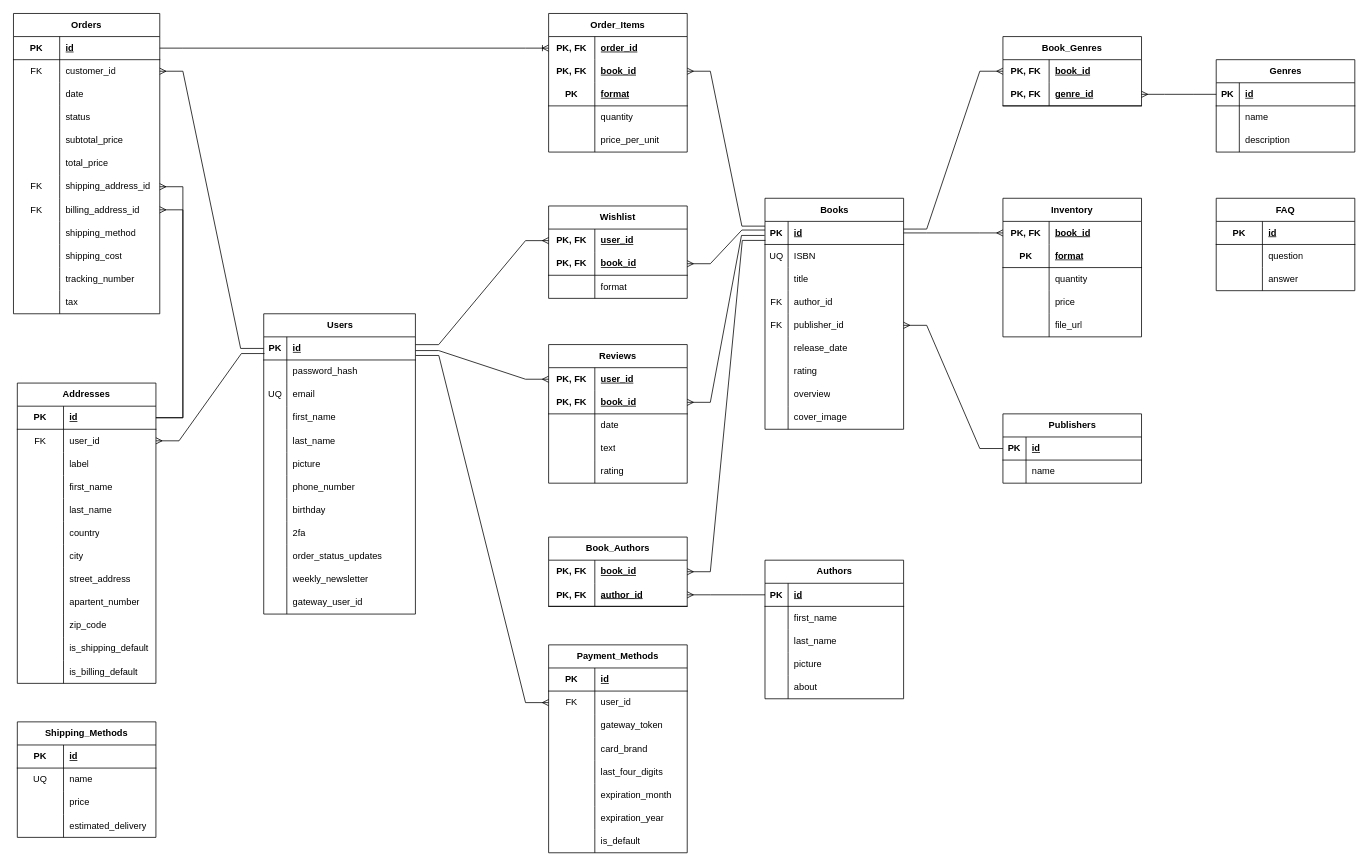
This is ERD.drawio from ShayTam/Bookstore, a draw.io file, before an edit. Source tidied: cells renumbered, new cells numbered last; positions are measured from the earlier drawing's top-left corner, leaving out a move shared by most shapes. Both pictures are drawn from the tidied source at 77%, with x=0, y=0 at pixel (13, 13).
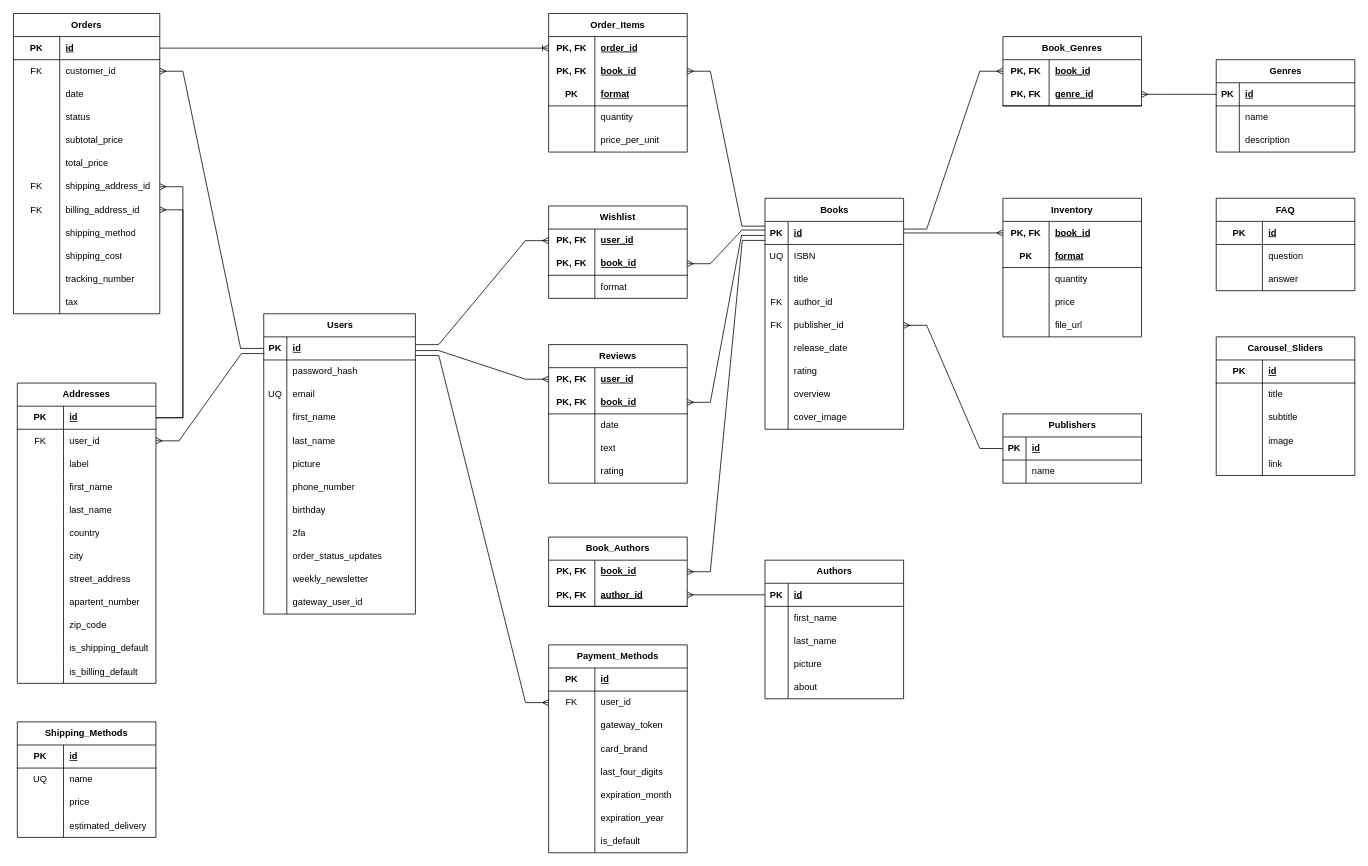
The same page after the edit.

Commit message:
Added Carousel Sliders table

What changed in the source:
```diff
@@
+    <mxCell id="311" value="Carousel_Sliders" style="shape=table;startSize=30;childLayout=tableLayout;rowLines=0;fontStyle=1;align=center;html=1;whiteSpace=wrap;" parent="1" vertex="1">
+      <mxGeometry x="1562" y="420" width="180" height="180" as="geometry" />
+    </mxCell>
+    <mxCell id="312" style="shape=tableRow;horizontal=0;startSize=0;swimlaneHead=0;swimlaneBody=0;fillColor=none;top=0;left=0;right=0;bottom=1;html=1;" parent="311" vertex="1">
+      <mxGeometry y="30" width="180" height="30" as="geometry" />
+    </mxCell>
+    <mxCell id="313" value="&lt;span style=&quot;font-weight: 700;&quot;&gt;PK&lt;/span&gt;" style="shape=partialRectangle;fillColor=none;top=0;left=0;bottom=0;right=0;fontStyle=0;overflow=hidden;html=1;whiteSpace=wrap;" parent="312" vertex="1">
+      <mxGeometry width="60" height="30" as="geometry" />
+    </mxCell>
+    <mxCell id="314" value="&lt;span style=&quot;font-weight: 700; text-decoration: underline;&quot;&gt;id&lt;/span&gt;" style="shape=partialRectangle;fillColor=none;top=0;left=0;bottom=0;right=0;align=left;spacingLeft=6;fontStyle=0;overflow=hidden;html=1;whiteSpace=wrap;" parent="312" vertex="1">
+      <mxGeometry x="60" width="120" height="30" as="geometry" />
+    </mxCell>
+    <mxCell id="315" style="shape=tableRow;horizontal=0;startSize=0;swimlaneHead=0;swimlaneBody=0;fillColor=none;top=0;left=0;right=0;bottom=0;html=1;" parent="311" vertex="1">
+      <mxGeometry y="60" width="180" height="30" as="geometry" />
+    </mxCell>
+    <mxCell id="316" style="shape=partialRectangle;fillColor=none;top=0;left=0;bottom=0;right=0;overflow=hidden;html=1;whiteSpace=wrap;" parent="315" vertex="1">
+      <mxGeometry width="60" height="30" as="geometry" />
+    </mxCell>
+    <mxCell id="317" value="title" style="shape=partialRectangle;fillColor=none;top=0;left=0;bottom=0;right=0;align=left;spacingLeft=6;overflow=hidden;html=1;whiteSpace=wrap;" parent="315" vertex="1">
+      <mxGeometry x="60" width="120" height="30" as="geometry" />
+    </mxCell>
+    <mxCell id="318" style="shape=tableRow;horizontal=0;startSize=0;swimlaneHead=0;swimlaneBody=0;fillColor=none;top=0;left=0;right=0;bottom=0;html=1;" parent="311" vertex="1">
+      <mxGeometry y="90" width="180" height="30" as="geometry" />
+    </mxCell>
+    <mxCell id="319" style="shape=partialRectangle;fillColor=none;top=0;left=0;bottom=0;right=0;overflow=hidden;html=1;whiteSpace=wrap;" parent="318" vertex="1">
+      <mxGeometry width="60" height="30" as="geometry" />
+    </mxCell>
+    <mxCell id="320" value="subtitle" style="shape=partialRectangle;fillColor=none;top=0;left=0;bottom=0;right=0;align=left;spacingLeft=6;overflow=hidden;html=1;whiteSpace=wrap;" parent="318" vertex="1">
+      <mxGeometry x="60" width="120" height="30" as="geometry" />
+    </mxCell>
+    <mxCell id="321" style="shape=tableRow;horizontal=0;startSize=0;swimlaneHead=0;swimlaneBody=0;fillColor=none;top=0;left=0;right=0;bottom=0;html=1;" parent="311" vertex="1">
+      <mxGeometry y="120" width="180" height="30" as="geometry" />
+    </mxCell>
+    <mxCell id="322" style="shape=partialRectangle;fillColor=none;top=0;left=0;bottom=0;right=0;overflow=hidden;html=1;whiteSpace=wrap;" parent="321" vertex="1">
+      <mxGeometry width="60" height="30" as="geometry" />
+    </mxCell>
+    <mxCell id="323" value="image" style="shape=partialRectangle;fillColor=none;top=0;left=0;bottom=0;right=0;align=left;spacingLeft=6;overflow=hidden;html=1;whiteSpace=wrap;" parent="321" vertex="1">
+      <mxGeometry x="60" width="120" height="30" as="geometry" />
+    </mxCell>
+    <mxCell id="324" style="shape=tableRow;horizontal=0;startSize=0;swimlaneHead=0;swimlaneBody=0;fillColor=none;top=0;left=0;right=0;bottom=0;html=1;" parent="311" vertex="1">
+      <mxGeometry y="150" width="180" height="30" as="geometry" />
+    </mxCell>
+    <mxCell id="325" style="shape=partialRectangle;fillColor=none;top=0;left=0;bottom=0;right=0;overflow=hidden;html=1;whiteSpace=wrap;" parent="324" vertex="1">
+      <mxGeometry width="60" height="30" as="geometry" />
+    </mxCell>
+    <mxCell id="326" value="link" style="shape=partialRectangle;fillColor=none;top=0;left=0;bottom=0;right=0;align=left;spacingLeft=6;overflow=hidden;html=1;whiteSpace=wrap;" parent="324" vertex="1">
+      <mxGeometry x="60" width="120" height="30" as="geometry" />
+    </mxCell>
```
